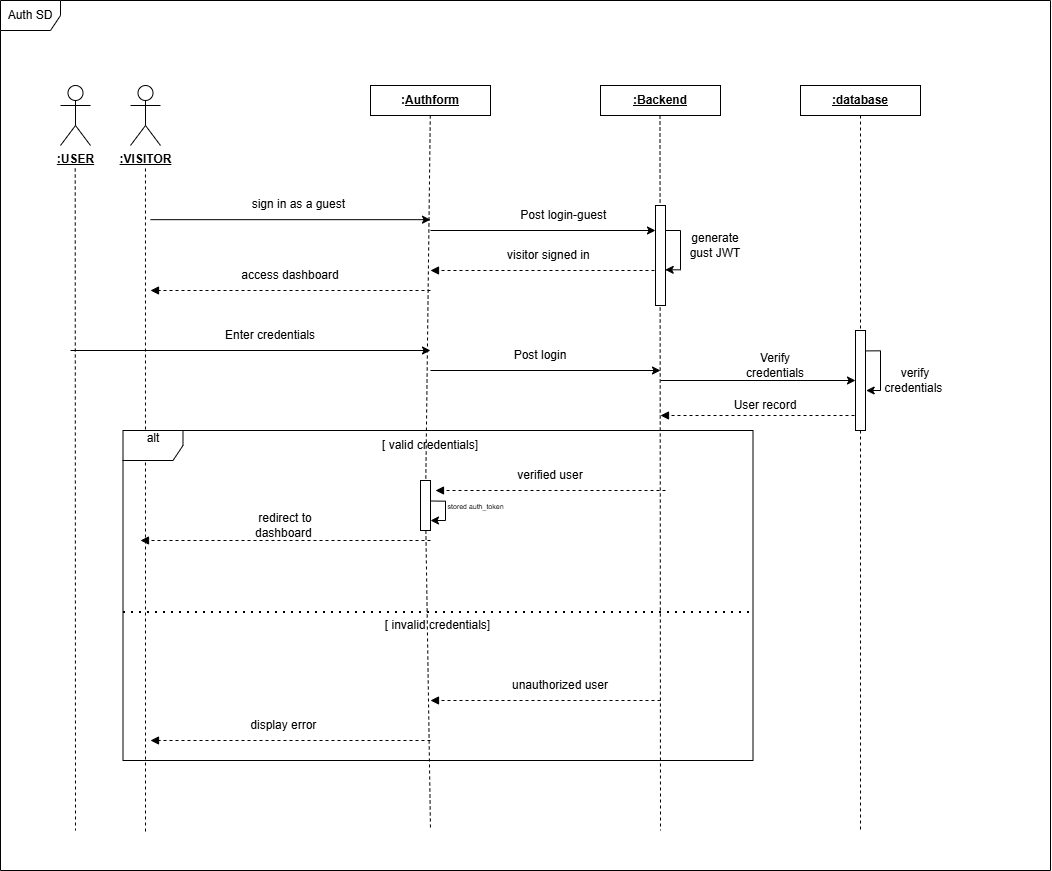
This is uploads/diagrams/sprint 1 sequence.drawio.png from guizanimohamed23/report, a draw.io export, as it was before one commit. Source tidied: cells renumbered, new cells last; positions are measured from the earlier drawing's top-left corner, leaving out a move shared by most shapes.
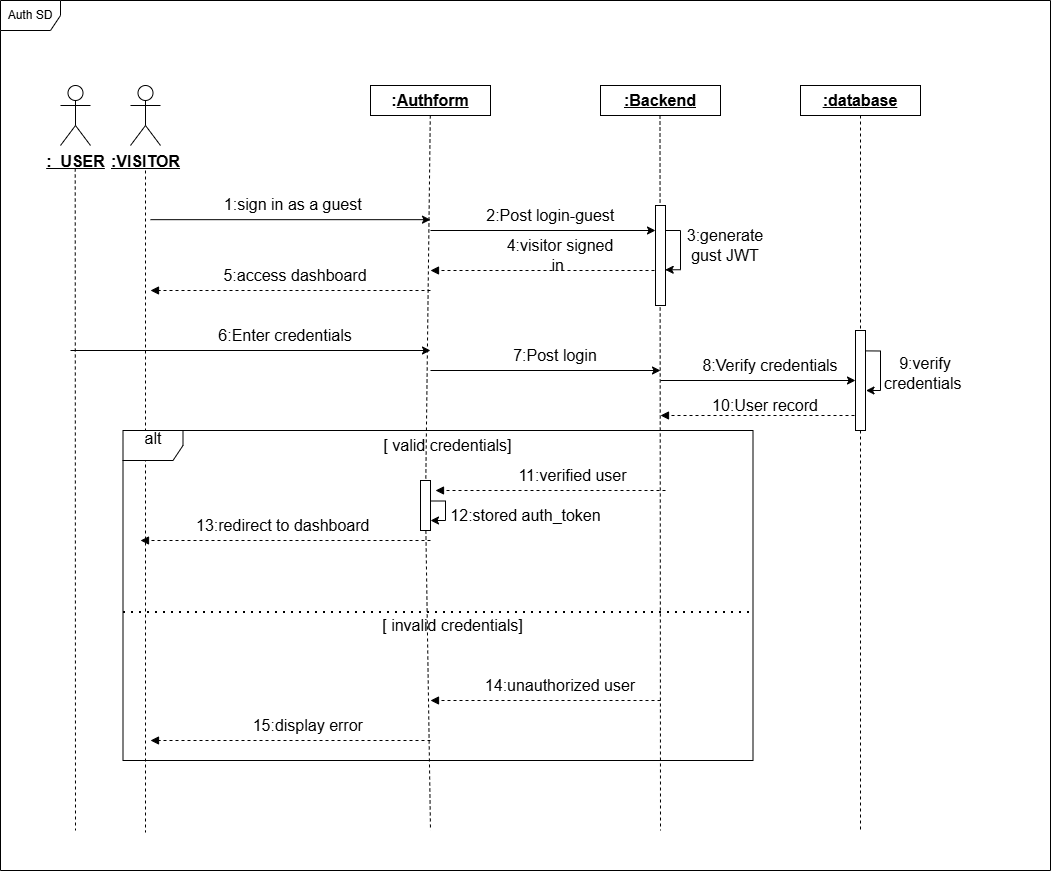
After the commit.

Change to the diagram source:
```diff
@@ -2,19 +2,19 @@
   <root>
     <mxCell id="0" />
     <mxCell id="1" parent="0" />
-    <mxCell id="2" value="&lt;b&gt;&lt;u&gt;:VISITOR&lt;/u&gt;&lt;/b&gt;" style="shape=umlActor;verticalLabelPosition=bottom;verticalAlign=top;html=1;" parent="1" vertex="1">
+    <mxCell id="2" value="&lt;b&gt;&lt;u&gt;&lt;font style=&quot;font-size: 16px;&quot;&gt;:VISITOR&lt;/font&gt;&lt;/u&gt;&lt;/b&gt;" style="shape=umlActor;verticalLabelPosition=bottom;verticalAlign=top;html=1;" parent="1" vertex="1">
       <mxGeometry x="130" y="85" width="30" height="60" as="geometry" />
     </mxCell>
     <mxCell id="3" style="endArrow=none;html=1;rounded=0;dashed=1;endFill=0;" parent="1" edge="1">
       <mxGeometry relative="1" as="geometry">
-        <mxPoint x="145" y="168" as="sourcePoint" />
+        <mxPoint x="145" y="170" as="sourcePoint" />
         <mxPoint x="145" y="831.9" as="targetPoint" />
       </mxGeometry>
     </mxCell>
-    <mxCell id="4" value="&lt;b&gt;:&lt;/b&gt;&lt;u&gt;&lt;b&gt;Authform&lt;/b&gt;&lt;/u&gt;" style="rounded=0;whiteSpace=wrap;html=1;" parent="1" vertex="1">
+    <mxCell id="4" value="&lt;font style=&quot;font-size: 16px;&quot;&gt;&lt;b&gt;:&lt;/b&gt;&lt;u&gt;&lt;b&gt;Authform&lt;/b&gt;&lt;/u&gt;&lt;/font&gt;" style="rounded=0;whiteSpace=wrap;html=1;" parent="1" vertex="1">
       <mxGeometry x="370" y="85" width="120" height="30" as="geometry" />
     </mxCell>
-    <mxCell id="5" value="&lt;u&gt;&lt;b&gt;:Backend&lt;/b&gt;&lt;/u&gt;" style="rounded=0;whiteSpace=wrap;html=1;" parent="1" vertex="1">
+    <mxCell id="5" value="&lt;u&gt;&lt;b&gt;&lt;font style=&quot;font-size: 16px;&quot;&gt;:Backend&lt;/font&gt;&lt;/b&gt;&lt;/u&gt;" style="rounded=0;whiteSpace=wrap;html=1;" parent="1" vertex="1">
       <mxGeometry x="600" y="85" width="120" height="30" as="geometry" />
     </mxCell>
     <mxCell id="6" style="endArrow=none;html=1;rounded=0;dashed=1;endFill=0;" parent="1" edge="1" source="49">
@@ -28,7 +28,7 @@
         <mxPoint x="660" y="830" as="targetPoint" />
       </mxGeometry>
     </mxCell>
-    <mxCell id="8" value="&lt;b&gt;&lt;u&gt;:database&lt;/u&gt;&lt;/b&gt;" style="rounded=0;whiteSpace=wrap;html=1;" parent="1" vertex="1">
+    <mxCell id="8" value="&lt;b&gt;&lt;u&gt;&lt;font style=&quot;font-size: 16px;&quot;&gt;:database&lt;/font&gt;&lt;/u&gt;&lt;/b&gt;" style="rounded=0;whiteSpace=wrap;html=1;" parent="1" vertex="1">
       <mxGeometry x="800" y="85" width="120" height="30" as="geometry" />
     </mxCell>
     <mxCell id="9" style="endArrow=none;html=1;rounded=0;dashed=1;endFill=0;exitX=1;exitY=0.5;exitDx=0;exitDy=0;" parent="1" edge="1" source="36">
@@ -36,7 +36,7 @@
         <mxPoint x="860" y="830" as="targetPoint" />
       </mxGeometry>
     </mxCell>
-    <mxCell id="10" value="&lt;b&gt;&lt;u&gt;:USER&lt;/u&gt;&lt;/b&gt;" style="shape=umlActor;verticalLabelPosition=bottom;verticalAlign=top;html=1;" parent="1" vertex="1">
+    <mxCell id="10" value="&lt;b&gt;&lt;u&gt;&lt;font style=&quot;font-size: 16px;&quot;&gt;:&amp;nbsp; USER&lt;/font&gt;&lt;/u&gt;&lt;/b&gt;" style="shape=umlActor;verticalLabelPosition=bottom;verticalAlign=top;html=1;" parent="1" vertex="1">
       <mxGeometry x="60" y="85" width="30" height="60" as="geometry" />
     </mxCell>
     <mxCell id="11" style="endArrow=none;html=1;rounded=0;dashed=1;endFill=0;" parent="1" edge="1">
@@ -51,8 +51,8 @@
         <mxPoint x="430" y="219.2" as="targetPoint" />
       </mxGeometry>
     </mxCell>
-    <mxCell id="13" value="sign in as a guest&amp;nbsp;" style="text;html=1;whiteSpace=wrap;strokeColor=none;fillColor=none;align=center;verticalAlign=middle;rounded=0;" parent="1" vertex="1">
-      <mxGeometry x="250" y="189.2" width="100" height="30" as="geometry" />
+    <mxCell id="13" value="&lt;font style=&quot;font-size: 16px;&quot;&gt;1:sign in as a guest&amp;nbsp;&lt;/font&gt;" style="text;html=1;whiteSpace=wrap;strokeColor=none;fillColor=none;align=center;verticalAlign=middle;rounded=0;" parent="1" vertex="1">
+      <mxGeometry x="220" y="189.2" width="150" height="30" as="geometry" />
     </mxCell>
     <mxCell id="14" style="endArrow=classic;html=1;rounded=0;entryX=0.25;entryY=1;entryDx=0;entryDy=0;" parent="1" edge="1" target="43">
       <mxGeometry relative="1" as="geometry">
@@ -94,8 +94,8 @@
         <mxPoint x="660" y="415" as="targetPoint" />
       </mxGeometry>
     </mxCell>
-    <mxCell id="21" value="[ valid credentials]" style="text;html=1;whiteSpace=wrap;strokeColor=none;fillColor=none;align=center;verticalAlign=middle;rounded=0;" parent="1" vertex="1">
-      <mxGeometry x="375" y="430" width="110" height="30" as="geometry" />
+    <mxCell id="21" value="&lt;font style=&quot;font-size: 16px;&quot;&gt;[ valid credentials]&lt;/font&gt;" style="text;html=1;whiteSpace=wrap;strokeColor=none;fillColor=none;align=center;verticalAlign=middle;rounded=0;" parent="1" vertex="1">
+      <mxGeometry x="375" y="430" width="145" height="30" as="geometry" />
     </mxCell>
     <mxCell id="22" style="endArrow=block;html=1;rounded=0;dashed=1;endFill=1;" parent="1" edge="1">
       <mxGeometry relative="1" as="geometry">
@@ -109,7 +109,7 @@
         <mxPoint x="140" y="540" as="targetPoint" />
       </mxGeometry>
     </mxCell>
-    <mxCell id="24" value="alt&lt;div&gt;&lt;br&gt;&lt;/div&gt;" style="shape=umlFrame;whiteSpace=wrap;html=1;" parent="1" vertex="1">
+    <mxCell id="24" value="&lt;font style=&quot;font-size: 16px;&quot;&gt;alt&lt;/font&gt;&lt;div&gt;&lt;br&gt;&lt;/div&gt;" style="shape=umlFrame;whiteSpace=wrap;html=1;" parent="1" vertex="1">
       <mxGeometry x="122.5" y="430" width="630" height="330" as="geometry" />
     </mxCell>
     <mxCell id="25" style="endArrow=none;dashed=1;html=1;dashPattern=1 3;strokeWidth=2;rounded=0;exitX=0;exitY=0.55;exitDx=0;exitDy=0;exitPerimeter=0;entryX=0.998;entryY=0.55;entryDx=0;entryDy=0;entryPerimeter=0;" parent="1" edge="1" source="24" target="24">
@@ -127,26 +127,26 @@
         <mxPoint x="150" y="740" as="targetPoint" />
       </mxGeometry>
     </mxCell>
-    <mxCell id="28" value="[ invalid credentials]" style="text;html=1;whiteSpace=wrap;strokeColor=none;fillColor=none;align=center;verticalAlign=middle;rounded=0;" parent="1" vertex="1">
-      <mxGeometry x="375" y="610" width="125" height="30" as="geometry" />
+    <mxCell id="28" value="&lt;font style=&quot;font-size: 16px;&quot;&gt;[ invalid credentials]&lt;/font&gt;" style="text;html=1;whiteSpace=wrap;strokeColor=none;fillColor=none;align=center;verticalAlign=middle;rounded=0;" parent="1" vertex="1">
+      <mxGeometry x="375" y="610" width="155" height="30" as="geometry" />
     </mxCell>
-    <mxCell id="29" value="Post login-guest&amp;nbsp;" style="text;html=1;whiteSpace=wrap;strokeColor=none;fillColor=none;align=center;verticalAlign=middle;rounded=0;" parent="1" vertex="1">
-      <mxGeometry x="510" y="200" width="110" height="30" as="geometry" />
+    <mxCell id="29" value="&lt;font style=&quot;font-size: 16px;&quot;&gt;2:Post login-guest&amp;nbsp;&lt;/font&gt;" style="text;html=1;whiteSpace=wrap;strokeColor=none;fillColor=none;align=center;verticalAlign=middle;rounded=0;" parent="1" vertex="1">
+      <mxGeometry x="485" y="200" width="135" height="30" as="geometry" />
     </mxCell>
-    <mxCell id="30" value="visitor signed in&amp;nbsp;" style="text;html=1;whiteSpace=wrap;strokeColor=none;fillColor=none;align=center;verticalAlign=middle;rounded=0;" parent="1" vertex="1">
-      <mxGeometry x="500" y="240" width="100" height="30" as="geometry" />
+    <mxCell id="30" value="&lt;font style=&quot;font-size: 16px;&quot;&gt;4:visitor signed in&amp;nbsp;&lt;/font&gt;" style="text;html=1;whiteSpace=wrap;strokeColor=none;fillColor=none;align=center;verticalAlign=middle;rounded=0;" parent="1" vertex="1">
+      <mxGeometry x="500" y="240" width="120" height="30" as="geometry" />
     </mxCell>
-    <mxCell id="31" value="access dashboard" style="text;html=1;whiteSpace=wrap;strokeColor=none;fillColor=none;align=center;verticalAlign=middle;rounded=0;" parent="1" vertex="1">
-      <mxGeometry x="220" y="260" width="140" height="30" as="geometry" />
+    <mxCell id="31" value="&lt;font style=&quot;font-size: 16px;&quot;&gt;5:access dashboard&lt;/font&gt;" style="text;html=1;whiteSpace=wrap;strokeColor=none;fillColor=none;align=center;verticalAlign=middle;rounded=0;fontFamily=Helvetica;fontSize=12;fontColor=default;" parent="1" vertex="1">
+      <mxGeometry x="220" y="260" width="150" height="30" as="geometry" />
     </mxCell>
-    <mxCell id="32" value="Enter credentials" style="text;html=1;whiteSpace=wrap;strokeColor=none;fillColor=none;align=center;verticalAlign=middle;rounded=0;" parent="1" vertex="1">
-      <mxGeometry x="210" y="320" width="120" height="30" as="geometry" />
+    <mxCell id="32" value="&lt;font style=&quot;font-size: 16px;&quot;&gt;6:Enter credentials&lt;/font&gt;" style="text;html=1;whiteSpace=wrap;strokeColor=none;fillColor=none;align=center;verticalAlign=middle;rounded=0;" parent="1" vertex="1">
+      <mxGeometry x="210" y="320" width="150" height="30" as="geometry" />
     </mxCell>
-    <mxCell id="33" value="Post login" style="text;html=1;whiteSpace=wrap;strokeColor=none;fillColor=none;align=center;verticalAlign=middle;rounded=0;" parent="1" vertex="1">
-      <mxGeometry x="510" y="340" width="60" height="30" as="geometry" />
+    <mxCell id="33" value="&lt;font style=&quot;font-size: 16px;&quot;&gt;7:Post login&lt;/font&gt;" style="text;html=1;whiteSpace=wrap;strokeColor=none;fillColor=none;align=center;verticalAlign=middle;rounded=0;" parent="1" vertex="1">
+      <mxGeometry x="510" y="340" width="90" height="30" as="geometry" />
     </mxCell>
-    <mxCell id="34" value="Verify credentials" style="text;html=1;whiteSpace=wrap;strokeColor=none;fillColor=none;align=center;verticalAlign=middle;rounded=0;" parent="1" vertex="1">
-      <mxGeometry x="730" y="350" width="90" height="30" as="geometry" />
+    <mxCell id="34" value="&lt;font style=&quot;font-size: 16px;&quot;&gt;8:Verify credentials&lt;/font&gt;" style="text;html=1;whiteSpace=wrap;strokeColor=none;fillColor=none;align=center;verticalAlign=middle;rounded=0;" parent="1" vertex="1">
+      <mxGeometry x="660" y="350" width="220" height="30" as="geometry" />
     </mxCell>
     <mxCell id="35" style="endArrow=none;html=1;rounded=0;dashed=1;endFill=0;exitX=0.5;exitY=1;exitDx=0;exitDy=0;" parent="1" edge="1" source="8" target="36">
       <mxGeometry relative="1" as="geometry" />
@@ -163,20 +163,20 @@
         </Array>
       </mxGeometry>
     </mxCell>
-    <mxCell id="38" value="verify credentials&amp;nbsp;" style="text;html=1;whiteSpace=wrap;strokeColor=none;fillColor=none;align=center;verticalAlign=middle;rounded=0;rotation=0;" parent="1" vertex="1">
-      <mxGeometry x="870" y="365" width="90" height="30" as="geometry" />
+    <mxCell id="38" value="&lt;font style=&quot;font-size: 16px;&quot;&gt;9:verify credentials&amp;nbsp;&lt;/font&gt;" style="text;html=1;whiteSpace=wrap;strokeColor=none;fillColor=none;align=center;verticalAlign=middle;rounded=0;rotation=0;" parent="1" vertex="1">
+      <mxGeometry x="880" y="355" width="90" height="35" as="geometry" />
     </mxCell>
-    <mxCell id="39" value="verified user" style="text;html=1;whiteSpace=wrap;strokeColor=none;fillColor=none;align=center;verticalAlign=middle;rounded=0;" parent="1" vertex="1">
-      <mxGeometry x="515" y="460" width="70" height="30" as="geometry" />
+    <mxCell id="39" value="&lt;font style=&quot;font-size: 16px;&quot;&gt;11:verified user&lt;/font&gt;" style="text;html=1;whiteSpace=wrap;strokeColor=none;fillColor=none;align=center;verticalAlign=middle;rounded=0;" parent="1" vertex="1">
+      <mxGeometry x="515" y="460" width="115" height="30" as="geometry" />
     </mxCell>
-    <mxCell id="40" value="redirect to dashboard&amp;nbsp;" style="text;html=1;whiteSpace=wrap;strokeColor=none;fillColor=none;align=center;verticalAlign=middle;rounded=0;" parent="1" vertex="1">
-      <mxGeometry x="230" y="510" width="110" height="30" as="geometry" />
+    <mxCell id="40" value="&lt;font style=&quot;font-size: 16px;&quot;&gt;13:redirect to dashboard&amp;nbsp;&lt;/font&gt;" style="text;html=1;whiteSpace=wrap;strokeColor=none;fillColor=none;align=center;verticalAlign=middle;rounded=0;" parent="1" vertex="1">
+      <mxGeometry x="190" y="510" width="190" height="30" as="geometry" />
     </mxCell>
-    <mxCell id="41" value="unauthorized user" style="text;html=1;whiteSpace=wrap;strokeColor=none;fillColor=none;align=center;verticalAlign=middle;rounded=0;" parent="1" vertex="1">
-      <mxGeometry x="510" y="670" width="100" height="30" as="geometry" />
+    <mxCell id="41" value="&lt;font style=&quot;font-size: 16px;&quot;&gt;14:unauthorized user&lt;/font&gt;" style="text;html=1;whiteSpace=wrap;strokeColor=none;fillColor=none;align=center;verticalAlign=middle;rounded=0;" parent="1" vertex="1">
+      <mxGeometry x="481.2" y="670" width="157.5" height="30" as="geometry" />
     </mxCell>
-    <mxCell id="42" value="display error&amp;nbsp;" style="text;html=1;whiteSpace=wrap;strokeColor=none;fillColor=none;align=center;verticalAlign=middle;rounded=0;" parent="1" vertex="1">
-      <mxGeometry x="240" y="710" width="90" height="30" as="geometry" />
+    <mxCell id="42" value="&lt;font style=&quot;font-size: 16px;&quot;&gt;15:display error&amp;nbsp;&lt;/font&gt;" style="text;html=1;whiteSpace=wrap;strokeColor=none;fillColor=none;align=center;verticalAlign=middle;rounded=0;" parent="1" vertex="1">
+      <mxGeometry x="240" y="710" width="140" height="30" as="geometry" />
     </mxCell>
     <mxCell id="43" style="rounded=0;whiteSpace=wrap;html=1;rotation=90;" parent="1" vertex="1">
       <mxGeometry x="610" y="250" width="100" height="10" as="geometry" />
@@ -189,11 +189,11 @@
         </Array>
       </mxGeometry>
     </mxCell>
-    <mxCell id="45" value="generate gust JWT" style="text;html=1;whiteSpace=wrap;strokeColor=none;fillColor=none;align=center;verticalAlign=middle;rounded=0;" parent="1" vertex="1">
-      <mxGeometry x="680" y="230" width="70" height="30" as="geometry" />
+    <mxCell id="45" value="&lt;font style=&quot;font-size: 16px;&quot;&gt;3:generate gust JWT&lt;/font&gt;" style="text;html=1;whiteSpace=wrap;strokeColor=none;fillColor=none;align=center;verticalAlign=middle;rounded=0;" parent="1" vertex="1">
+      <mxGeometry x="690" y="230" width="70" height="30" as="geometry" />
     </mxCell>
-    <mxCell id="46" value="User record" style="text;html=1;whiteSpace=wrap;strokeColor=none;fillColor=none;align=center;verticalAlign=middle;rounded=0;" parent="1" vertex="1">
-      <mxGeometry x="730" y="390" width="70" height="30" as="geometry" />
+    <mxCell id="46" value="&lt;font style=&quot;font-size: 16px;&quot;&gt;10:User record&lt;/font&gt;" style="text;html=1;whiteSpace=wrap;strokeColor=none;fillColor=none;align=center;verticalAlign=middle;rounded=0;" parent="1" vertex="1">
+      <mxGeometry x="710" y="390" width="110" height="30" as="geometry" />
     </mxCell>
     <mxCell id="47" value="Auth SD" style="shape=umlFrame;whiteSpace=wrap;html=1;" parent="1" vertex="1">
       <mxGeometry width="1050" height="870" as="geometry" />
@@ -216,8 +216,8 @@
         </Array>
       </mxGeometry>
     </mxCell>
-    <mxCell id="51" value="&lt;div style=&quot;text-align: start;&quot;&gt;&lt;span style=&quot;background-color: transparent;&quot;&gt;&lt;font style=&quot;font-size: 7px;&quot;&gt;stored auth_token&lt;/font&gt;&lt;/span&gt;&lt;/div&gt;" style="text;html=1;align=center;verticalAlign=middle;strokeColor=none;fillColor=none;" parent="1" vertex="1">
-      <mxGeometry x="435" y="490" width="80" height="30" as="geometry" />
+    <mxCell id="51" value="&lt;div style=&quot;text-align: start;&quot;&gt;&lt;span style=&quot;background-color: transparent;&quot;&gt;&lt;font style=&quot;font-size: 16px;&quot;&gt;12:stored auth_token&lt;/font&gt;&lt;/span&gt;&lt;/div&gt;" style="text;html=1;align=center;verticalAlign=middle;strokeColor=none;fillColor=none;" parent="1" vertex="1">
+      <mxGeometry x="440" y="500" width="170" height="30" as="geometry" />
     </mxCell>
   </root>
 </mxGraphModel>
```
